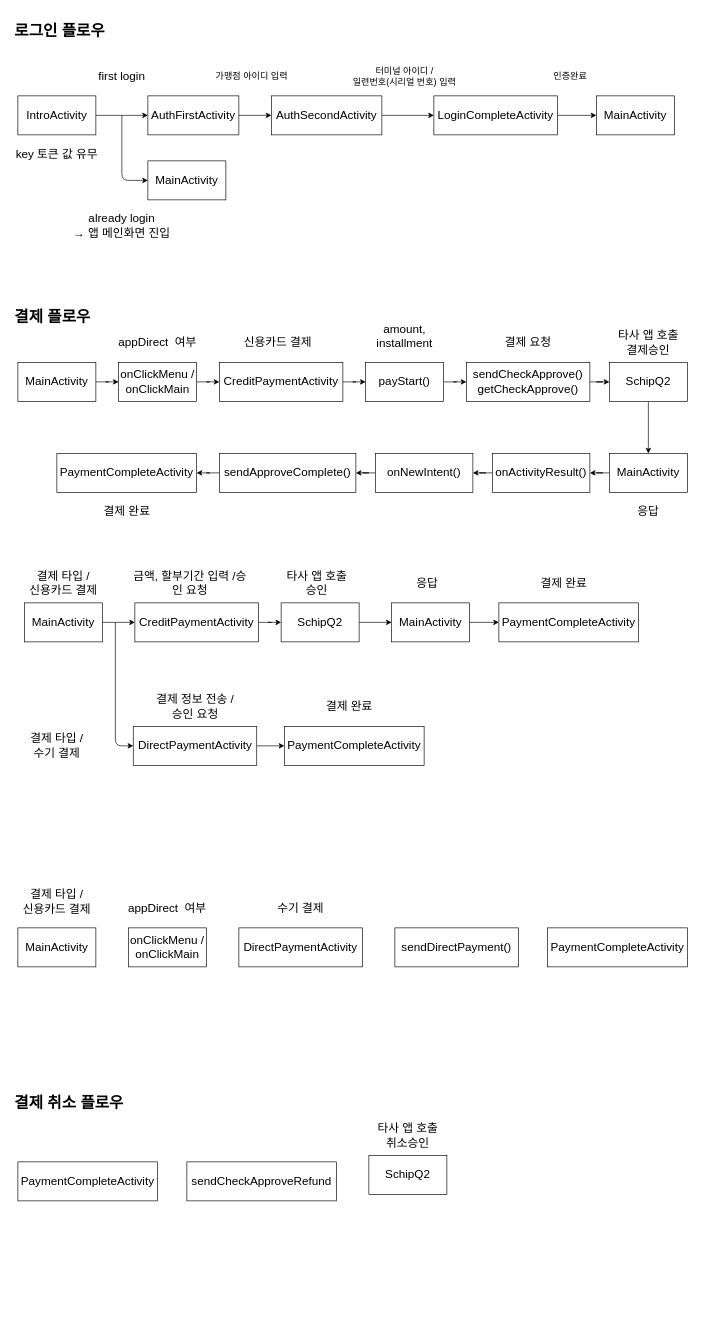
Earlier version of the draw.io diagram Draw/flow20201124.drawio (alsoscope/TIL). Source tidied: cells renumbered, new cells numbered last; positions are measured from the earlier drawing's top-left corner, leaving out a move shared by most shapes. Both pictures are drawn from the tidied source at 65%, with x=0, y=0 at pixel (11, 18).
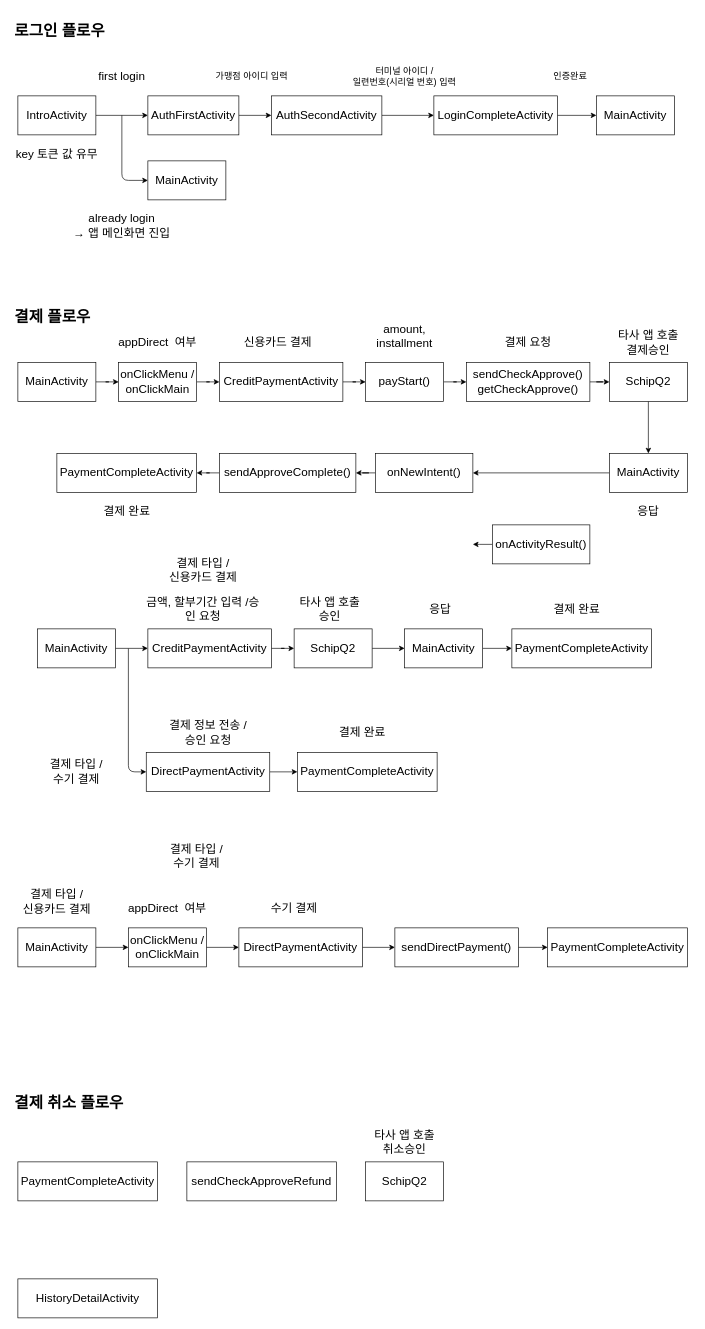
The same page after the edit.

The change refers to these unchanged cells:
```xml
<mxCell id="27" value="&lt;font style=&quot;font-size: 18px&quot;&gt;DirectPaymentActivity&lt;br&gt;&lt;/font&gt;" style="rounded=0;whiteSpace=wrap;html=1;" parent="1" vertex="1">
  <mxGeometry x="350" y="1400" width="190" height="60" as="geometry" />
</mxCell>
<mxCell id="41" value="&lt;font style=&quot;font-size: 18px&quot;&gt;MainActivity&lt;/font&gt;" style="rounded=0;whiteSpace=wrap;html=1;" parent="1" vertex="1">
  <mxGeometry x="920" y="670" width="120" height="60" as="geometry" />
</mxCell>
<mxCell id="43" value="&lt;font style=&quot;font-size: 18px&quot;&gt;onNewIntent()&lt;br&gt;&lt;/font&gt;" style="rounded=0;whiteSpace=wrap;html=1;" parent="1" vertex="1">
  <mxGeometry x="560" y="670" width="150" height="60" as="geometry" />
</mxCell>
<mxCell id="55" value="&lt;font style=&quot;font-size: 18px&quot;&gt;MainActivity&lt;/font&gt;" style="rounded=0;whiteSpace=wrap;html=1;" parent="1" vertex="1">
  <mxGeometry x="10" y="1400" width="120" height="60" as="geometry" />
</mxCell>
<mxCell id="56" value="&lt;font style=&quot;font-size: 18px&quot;&gt;onClickMenu /&lt;br&gt;onClickMain&lt;br&gt;&lt;/font&gt;" style="rounded=0;whiteSpace=wrap;html=1;" parent="1" vertex="1">
  <mxGeometry x="180" y="1400" width="120" height="60" as="geometry" />
</mxCell>
<mxCell id="78" value="&lt;font style=&quot;font-size: 18px&quot;&gt;sendDirectPayment()&lt;br&gt;&lt;/font&gt;" style="rounded=0;whiteSpace=wrap;html=1;" parent="1" vertex="1">
  <mxGeometry x="590" y="1400" width="190" height="60" as="geometry" />
</mxCell>
<mxCell id="82" value="&lt;font style=&quot;font-size: 18px&quot;&gt;PaymentCompleteActivity&lt;br&gt;&lt;/font&gt;" style="rounded=0;whiteSpace=wrap;html=1;" parent="1" vertex="1">
  <mxGeometry x="825" y="1400" width="215" height="60" as="geometry" />
</mxCell>
```

Diff of the diagram source:
```diff
@@
+    <mxCell id="84" style="edgeStyle=orthogonalEdgeStyle;rounded=0;jettySize=auto;html=1;" parent="1" edge="1" source="27" target="78">
+      <mxGeometry relative="1" as="geometry" />
+    </mxCell>
@@
     <mxCell id="30" value="&lt;span style=&quot;font-size: 18px&quot;&gt;수기 결제&lt;/span&gt;" style="text;html=1;strokeColor=none;fillColor=none;align=center;verticalAlign=middle;whiteSpace=wrap;rounded=0;" parent="1" vertex="1">
-      <mxGeometry x="375" y="1350" width="140" height="40" as="geometry" />
+      <mxGeometry x="365" y="1350" width="140" height="40" as="geometry" />
     </mxCell>
@@
-    <mxCell id="38" style="edgeStyle=orthogonalEdgeStyle;rounded=0;jettySize=auto;html=1;" parent="1" edge="1" source="39" target="43">
-      <mxGeometry relative="1" as="geometry" />
+    <mxCell id="38" style="edgeStyle=orthogonalEdgeStyle;rounded=0;jettySize=auto;html=1;" parent="1" edge="1" source="39">
+      <mxGeometry relative="1" as="geometry">
+        <mxPoint x="710" y="810" as="targetPoint" />
+      </mxGeometry>
     </mxCell>
     <mxCell id="39" value="&lt;font style=&quot;font-size: 18px&quot;&gt;onActivityResult()&lt;br&gt;&lt;/font&gt;" style="rounded=0;whiteSpace=wrap;html=1;" parent="1" vertex="1">
-      <mxGeometry x="740" y="670" width="150" height="60" as="geometry" />
+      <mxGeometry x="740" y="780" width="150" height="60" as="geometry" />
     </mxCell>
-    <mxCell id="40" style="edgeStyle=orthogonalEdgeStyle;rounded=0;jettySize=auto;html=1;" parent="1" edge="1" source="41" target="39">
+    <mxCell id="40" style="edgeStyle=orthogonalEdgeStyle;rounded=0;jettySize=auto;html=1;entryX=1;entryY=0.5;entryDx=0;entryDy=0;" parent="1" edge="1" source="41" target="43">
       <mxGeometry relative="1" as="geometry" />
     </mxCell>
@@
     <mxCell id="50" value="&lt;font style=&quot;font-size: 18px&quot;&gt;SchipQ2&lt;/font&gt;" style="rounded=0;whiteSpace=wrap;html=1;" parent="1" vertex="1">
-      <mxGeometry x="550" y="1750" width="120" height="60" as="geometry" />
+      <mxGeometry x="545" y="1760" width="120" height="60" as="geometry" />
     </mxCell>
     <mxCell id="51" value="&lt;span style=&quot;font-size: 18px&quot;&gt;타사 앱 호출&lt;br&gt;취소승인&lt;br&gt;&lt;/span&gt;" style="text;html=1;strokeColor=none;fillColor=none;align=center;verticalAlign=middle;whiteSpace=wrap;rounded=0;" parent="1" vertex="1">
-      <mxGeometry x="540" y="1700" width="140" height="40" as="geometry" />
+      <mxGeometry x="535" y="1710" width="140" height="40" as="geometry" />
     </mxCell>
@@
+    <mxCell id="85" style="edgeStyle=orthogonalEdgeStyle;rounded=0;jettySize=auto;html=1;" parent="1" edge="1" source="55" target="56">
+      <mxGeometry relative="1" as="geometry" />
+    </mxCell>
@@
+    <mxCell id="86" style="edgeStyle=orthogonalEdgeStyle;rounded=0;jettySize=auto;html=1;" parent="1" edge="1" source="56" target="27">
+      <mxGeometry relative="1" as="geometry" />
+    </mxCell>
@@
     <mxCell id="58" style="edgeStyle=orthogonalEdgeStyle;rounded=0;jettySize=auto;html=1;" parent="1" edge="1" source="59" target="61">
       <mxGeometry relative="1" as="geometry">
         <Array as="points">
-          <mxPoint x="160" y="930" />
-          <mxPoint x="160" y="930" />
+          <mxPoint x="180" y="970" />
+          <mxPoint x="180" y="970" />
         </Array>
       </mxGeometry>
     </mxCell>
     <mxCell id="59" value="&lt;font style=&quot;font-size: 18px&quot;&gt;MainActivity&lt;/font&gt;" style="rounded=0;whiteSpace=wrap;html=1;" parent="1" vertex="1">
-      <mxGeometry x="20" y="900" width="120" height="60" as="geometry" />
+      <mxGeometry x="40" y="940" width="120" height="60" as="geometry" />
     </mxCell>
@@
     <mxCell id="61" value="&lt;font style=&quot;font-size: 18px&quot;&gt;CreditPaymentActivity&lt;br&gt;&lt;/font&gt;" style="rounded=0;whiteSpace=wrap;html=1;" parent="1" vertex="1">
-      <mxGeometry x="190" y="900" width="190" height="60" as="geometry" />
+      <mxGeometry x="210" y="940" width="190" height="60" as="geometry" />
     </mxCell>
     <mxCell id="62" value="&lt;span style=&quot;font-size: 18px&quot;&gt;금액, 할부기간 입력 /승인 요청&lt;/span&gt;" style="text;html=1;strokeColor=none;fillColor=none;align=center;verticalAlign=middle;whiteSpace=wrap;rounded=0;" parent="1" vertex="1">
-      <mxGeometry x="185" y="850" width="180" height="40" as="geometry" />
+      <mxGeometry x="205" y="890" width="180" height="40" as="geometry" />
     </mxCell>
@@
     <mxCell id="64" value="&lt;font style=&quot;font-size: 18px&quot;&gt;SchipQ2&lt;/font&gt;" style="rounded=0;whiteSpace=wrap;html=1;" parent="1" vertex="1">
-      <mxGeometry x="415" y="900" width="120" height="60" as="geometry" />
+      <mxGeometry x="435" y="940" width="120" height="60" as="geometry" />
     </mxCell>
@@
     <mxCell id="66" value="&lt;font style=&quot;font-size: 18px&quot;&gt;MainActivity&lt;/font&gt;" style="rounded=0;whiteSpace=wrap;html=1;" parent="1" vertex="1">
-      <mxGeometry x="585" y="900" width="120" height="60" as="geometry" />
+      <mxGeometry x="605" y="940" width="120" height="60" as="geometry" />
     </mxCell>
     <mxCell id="67" value="&lt;span style=&quot;font-size: 18px&quot;&gt;타사 앱 호출&lt;br&gt;승인&lt;br&gt;&lt;/span&gt;" style="text;html=1;strokeColor=none;fillColor=none;align=center;verticalAlign=middle;whiteSpace=wrap;rounded=0;" parent="1" vertex="1">
-      <mxGeometry x="400" y="850" width="140" height="40" as="geometry" />
+      <mxGeometry x="420" y="890" width="140" height="40" as="geometry" />
     </mxCell>
     <mxCell id="68" value="&lt;span style=&quot;font-size: 18px&quot;&gt;응답&lt;/span&gt;" style="text;html=1;strokeColor=none;fillColor=none;align=center;verticalAlign=middle;whiteSpace=wrap;rounded=0;" parent="1" vertex="1">
-      <mxGeometry x="570" y="850" width="140" height="40" as="geometry" />
+      <mxGeometry x="590" y="890" width="140" height="40" as="geometry" />
     </mxCell>
     <mxCell id="69" value="&lt;font style=&quot;font-size: 18px&quot;&gt;PaymentCompleteActivity&lt;br&gt;&lt;/font&gt;" style="rounded=0;whiteSpace=wrap;html=1;" parent="1" vertex="1">
-      <mxGeometry x="750" y="900" width="215" height="60" as="geometry" />
+      <mxGeometry x="770" y="940" width="215" height="60" as="geometry" />
     </mxCell>
     <mxCell id="70" value="&lt;span style=&quot;font-size: 18px&quot;&gt;결제 완료&lt;/span&gt;" style="text;html=1;strokeColor=none;fillColor=none;align=center;verticalAlign=middle;whiteSpace=wrap;rounded=0;" parent="1" vertex="1">
-      <mxGeometry x="780" y="850" width="140" height="40" as="geometry" />
+      <mxGeometry x="800" y="890" width="140" height="40" as="geometry" />
     </mxCell>
     <mxCell id="71" value="&lt;span style=&quot;font-size: 18px&quot;&gt;결제 타입 / &lt;br&gt;신용카드 결제&lt;/span&gt;" style="text;html=1;strokeColor=none;fillColor=none;align=center;verticalAlign=middle;whiteSpace=wrap;rounded=0;" parent="1" vertex="1">
-      <mxGeometry x="10" y="850" width="140" height="40" as="geometry" />
+      <mxGeometry x="225" y="830" width="140" height="40" as="geometry" />
     </mxCell>
@@
     <mxCell id="75" value="&lt;font style=&quot;font-size: 18px&quot;&gt;DirectPaymentActivity&lt;br&gt;&lt;/font&gt;" style="rounded=0;whiteSpace=wrap;html=1;" parent="1" vertex="1">
-      <mxGeometry x="187.5" y="1090" width="190" height="60" as="geometry" />
+      <mxGeometry x="207.5" y="1130" width="190" height="60" as="geometry" />
     </mxCell>
     <mxCell id="76" value="&lt;span style=&quot;font-size: 18px&quot;&gt;결제 타입 / &lt;br&gt;수기 결제&lt;/span&gt;" style="text;html=1;strokeColor=none;fillColor=none;align=center;verticalAlign=middle;whiteSpace=wrap;rounded=0;" parent="1" vertex="1">
-      <mxGeometry y="1100" width="140" height="40" as="geometry" />
+      <mxGeometry x="30" y="1140" width="140" height="40" as="geometry" />
     </mxCell>
     <mxCell id="77" value="&lt;span style=&quot;font-size: 18px&quot;&gt;결제 정보 전송 /&lt;br&gt;승인 요청&lt;br&gt;&lt;/span&gt;" style="text;html=1;strokeColor=none;fillColor=none;align=center;verticalAlign=middle;whiteSpace=wrap;rounded=0;" parent="1" vertex="1">
-      <mxGeometry x="192.5" y="1040" width="180" height="40" as="geometry" />
+      <mxGeometry x="212.5" y="1080" width="180" height="40" as="geometry" />
     </mxCell>
+    <mxCell id="87" style="edgeStyle=orthogonalEdgeStyle;rounded=0;jettySize=auto;html=1;" parent="1" edge="1" source="78" target="82">
+      <mxGeometry relative="1" as="geometry" />
+    </mxCell>
@@
     <mxCell id="79" value="&lt;font style=&quot;font-size: 18px&quot;&gt;PaymentCompleteActivity&lt;br&gt;&lt;/font&gt;" style="rounded=0;whiteSpace=wrap;html=1;" parent="1" vertex="1">
-      <mxGeometry x="420" y="1090" width="215" height="60" as="geometry" />
+      <mxGeometry x="440" y="1130" width="215" height="60" as="geometry" />
     </mxCell>
     <mxCell id="80" value="&lt;span style=&quot;font-size: 18px&quot;&gt;결제 완료&lt;/span&gt;" style="text;html=1;strokeColor=none;fillColor=none;align=center;verticalAlign=middle;whiteSpace=wrap;rounded=0;" parent="1" vertex="1">
-      <mxGeometry x="450" y="1040" width="140" height="40" as="geometry" />
+      <mxGeometry x="470" y="1080" width="140" height="40" as="geometry" />
     </mxCell>
     <mxCell id="81" style="endArrow=classic;html=1;entryX=0;entryY=0.5;entryDx=0;entryDy=0;" parent="1" edge="1" target="75">
       <mxGeometry relative="1" as="geometry">
-        <mxPoint x="160" y="930" as="sourcePoint" />
+        <mxPoint x="180" y="970" as="sourcePoint" />
         <Array as="points">
-          <mxPoint x="160" y="1120" />
+          <mxPoint x="180" y="1160" />
         </Array>
       </mxGeometry>
     </mxCell>
@@
+    <mxCell id="88" value="&lt;span style=&quot;font-size: 18px&quot;&gt;결제 타입 / &lt;br&gt;수기 결제&lt;/span&gt;" style="text;html=1;strokeColor=none;fillColor=none;align=center;verticalAlign=middle;whiteSpace=wrap;rounded=0;" parent="1" vertex="1">
+      <mxGeometry x="215" y="1270" width="140" height="40" as="geometry" />
+    </mxCell>
+    <mxCell id="89" value="&lt;font style=&quot;font-size: 18px&quot;&gt;HistoryDetailActivity&lt;br&gt;&lt;/font&gt;" style="rounded=0;whiteSpace=wrap;html=1;" parent="1" vertex="1">
+      <mxGeometry x="10" y="1940" width="215" height="60" as="geometry" />
+    </mxCell>
```
